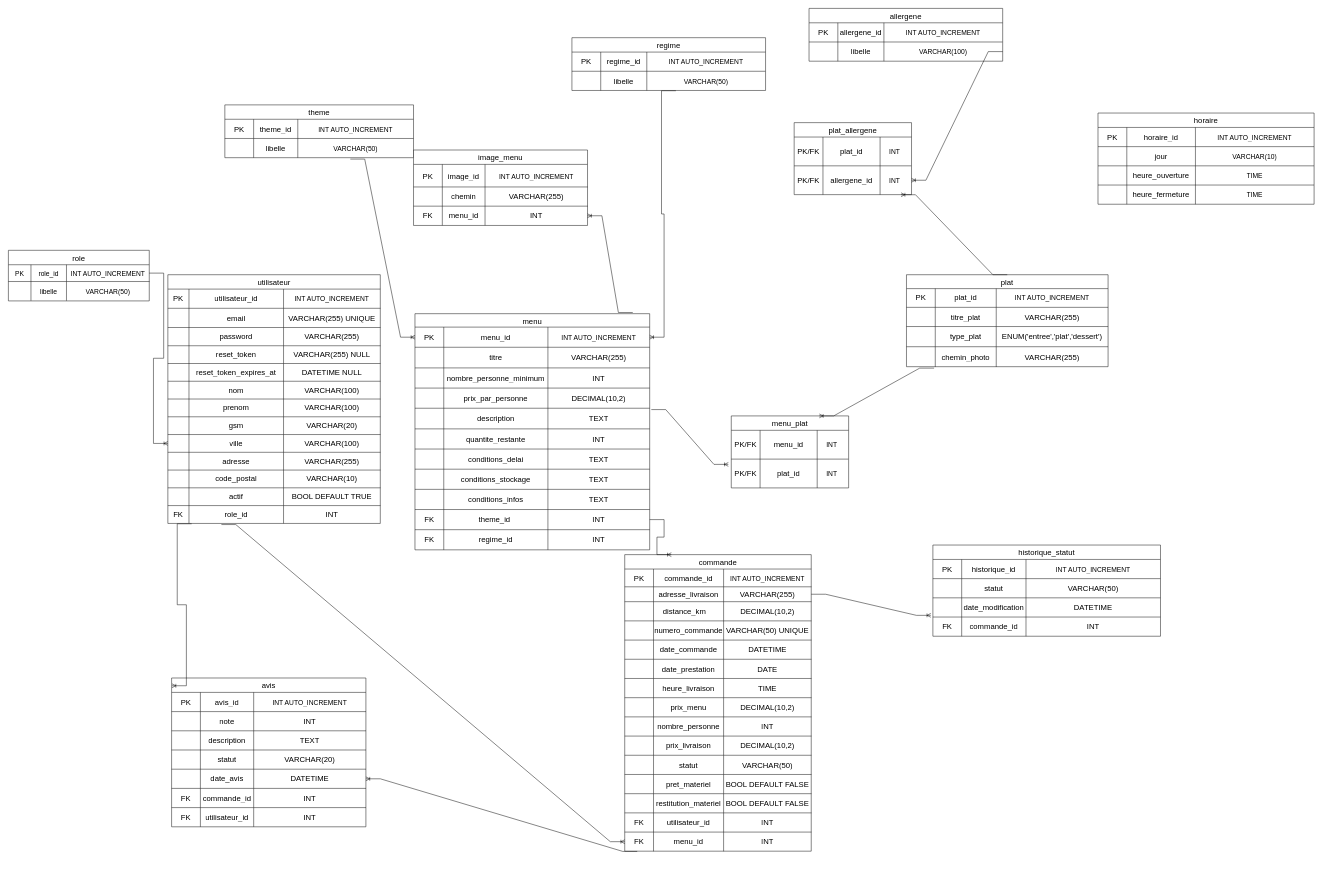
Above: divers/CONCEPTION DB/MLD Vite et Gourmand.drawio in Gero7707/viteEtGourmand (draw.io), before the change. Source tidied: cells renumbered, new cells numbered last; positions are measured from the earlier drawing's top-left corner, leaving out a move shared by most shapes. Both pictures are drawn from the tidied source at 48%, with x=0, y=0 at pixel (8, 8).
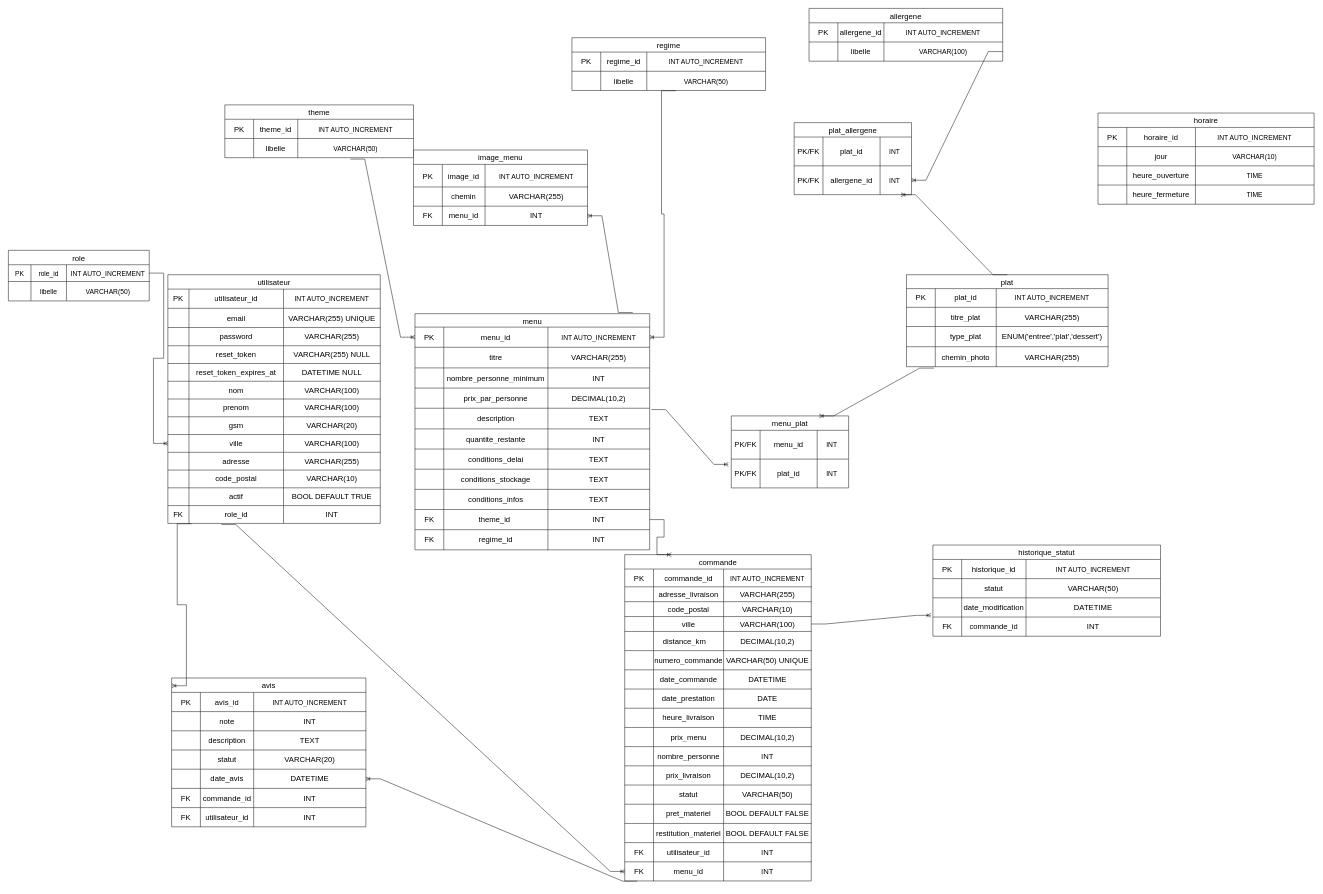
The same page after the edit.

Change to the diagram source:
```diff
@@
     <mxCell id="126" value="commande" style="shape=table;startSize=30;childLayout=tableLayout;strokeColor=default;fontSize=16;" parent="1" vertex="1">
-      <mxGeometry x="1284" y="1138" width="388.6" height="617.8" as="geometry" />
+      <mxGeometry x="1284" y="1138" width="388.6" height="679.8" as="geometry" />
     </mxCell>
@@
+    <mxCell id="321" style="shape=tableRow;horizontal=0;startSize=0;swimlaneHead=0;swimlaneBody=0;strokeColor=inherit;top=0;left=0;bottom=0;right=0;fillColor=none;fontSize=16;" parent="126" vertex="1">
+      <mxGeometry y="67" width="388.6" height="31" as="geometry" />
+    </mxCell>
+    <mxCell id="322" style="shape=partialRectangle;html=1;whiteSpace=wrap;strokeColor=inherit;overflow=hidden;fillColor=none;top=0;left=0;bottom=0;right=0;fontSize=16;" parent="321" vertex="1">
+      <mxGeometry width="60" height="31" as="geometry" />
+    </mxCell>
+    <mxCell id="323" value="adresse_livraison" style="shape=partialRectangle;html=1;whiteSpace=wrap;strokeColor=inherit;overflow=hidden;fillColor=none;top=0;left=0;bottom=0;right=0;fontSize=16;" parent="321" vertex="1">
+      <mxGeometry x="60" width="146" height="31" as="geometry" />
+    </mxCell>
+    <mxCell id="324" value="VARCHAR(255)" style="shape=partialRectangle;html=1;whiteSpace=wrap;strokeColor=inherit;overflow=hidden;fillColor=none;top=0;left=0;bottom=0;right=0;fontSize=16;" parent="321" vertex="1">
+      <mxGeometry x="206" width="183" height="31" as="geometry" />
+    </mxCell>
+    <mxCell id="325" style="shape=tableRow;horizontal=0;startSize=0;swimlaneHead=0;swimlaneBody=0;strokeColor=inherit;top=0;left=0;bottom=0;right=0;fillColor=none;fontSize=16;" parent="126" vertex="1">
+      <mxGeometry y="98" width="388.6" height="31" as="geometry" />
+    </mxCell>
+    <mxCell id="326" style="shape=partialRectangle;html=1;whiteSpace=wrap;strokeColor=inherit;overflow=hidden;fillColor=none;top=0;left=0;bottom=0;right=0;fontSize=16;" parent="325" vertex="1">
+      <mxGeometry width="60" height="31" as="geometry" />
+    </mxCell>
+    <mxCell id="327" value="code_postal" style="shape=partialRectangle;html=1;whiteSpace=wrap;strokeColor=inherit;overflow=hidden;fillColor=none;top=0;left=0;bottom=0;right=0;fontSize=16;" parent="325" vertex="1">
+      <mxGeometry x="60" width="146" height="31" as="geometry" />
+    </mxCell>
+    <mxCell id="328" value="VARCHAR(10)" style="shape=partialRectangle;html=1;whiteSpace=wrap;strokeColor=inherit;overflow=hidden;fillColor=none;top=0;left=0;bottom=0;right=0;fontSize=16;" parent="325" vertex="1">
+      <mxGeometry x="206" width="183" height="31" as="geometry" />
+    </mxCell>
     <mxCell id="131" style="shape=tableRow;horizontal=0;startSize=0;swimlaneHead=0;swimlaneBody=0;strokeColor=inherit;top=0;left=0;bottom=0;right=0;fillColor=none;points=[[0,0.5],[1,0.5]];portConstraint=eastwest;fontSize=16;" parent="126" vertex="1">
-      <mxGeometry y="67" width="388.6" height="31" as="geometry" />
+      <mxGeometry y="129" width="388.6" height="31" as="geometry" />
     </mxCell>
@@
-    <mxCell id="133" value="adresse_livraison" style="shape=partialRectangle;html=1;whiteSpace=wrap;strokeColor=inherit;overflow=hidden;fillColor=none;top=0;left=0;bottom=0;right=0;fontSize=16;" parent="131" vertex="1">
+    <mxCell id="133" value="ville" style="shape=partialRectangle;html=1;whiteSpace=wrap;strokeColor=inherit;overflow=hidden;fillColor=none;top=0;left=0;bottom=0;right=0;fontSize=16;" parent="131" vertex="1">
       <mxGeometry x="60" width="146" height="31" as="geometry" />
     </mxCell>
-    <mxCell id="134" value="VARCHAR(255)" style="shape=partialRectangle;html=1;whiteSpace=wrap;strokeColor=inherit;overflow=hidden;fillColor=none;top=0;left=0;bottom=0;right=0;fontSize=16;" parent="131" vertex="1">
+    <mxCell id="134" value="VARCHAR(100)" style="shape=partialRectangle;html=1;whiteSpace=wrap;strokeColor=inherit;overflow=hidden;fillColor=none;top=0;left=0;bottom=0;right=0;fontSize=16;" parent="131" vertex="1">
       <mxGeometry x="206" width="183" height="31" as="geometry" />
     </mxCell>
     <mxCell id="135" style="shape=tableRow;horizontal=0;startSize=0;swimlaneHead=0;swimlaneBody=0;strokeColor=inherit;top=0;left=0;bottom=0;right=0;fillColor=none;fontSize=16;" parent="126" vertex="1">
-      <mxGeometry y="98" width="388.6" height="40" as="geometry" />
+      <mxGeometry y="160" width="388.6" height="40" as="geometry" />
     </mxCell>
@@
     <mxCell id="139" style="shape=tableRow;horizontal=0;startSize=0;swimlaneHead=0;swimlaneBody=0;strokeColor=inherit;top=0;left=0;bottom=0;right=0;fillColor=none;fontSize=16;" parent="126" vertex="1">
-      <mxGeometry y="138" width="388.6" height="40" as="geometry" />
+      <mxGeometry y="200" width="388.6" height="40" as="geometry" />
     </mxCell>
@@
     <mxCell id="143" style="shape=tableRow;horizontal=0;startSize=0;swimlaneHead=0;swimlaneBody=0;strokeColor=inherit;top=0;left=0;bottom=0;right=0;fillColor=none;fontSize=16;" parent="126" vertex="1">
-      <mxGeometry y="178" width="388.6" height="40" as="geometry" />
+      <mxGeometry y="240" width="388.6" height="40" as="geometry" />
     </mxCell>
@@
     <mxCell id="147" style="shape=tableRow;horizontal=0;startSize=0;swimlaneHead=0;swimlaneBody=0;strokeColor=inherit;top=0;left=0;bottom=0;right=0;fillColor=none;fontSize=16;" parent="126" vertex="1">
-      <mxGeometry y="218" width="388.6" height="40" as="geometry" />
+      <mxGeometry y="280" width="388.6" height="40" as="geometry" />
     </mxCell>
@@
     <mxCell id="151" style="shape=tableRow;horizontal=0;startSize=0;swimlaneHead=0;swimlaneBody=0;strokeColor=inherit;top=0;left=0;bottom=0;right=0;fillColor=none;fontSize=16;" parent="126" vertex="1">
-      <mxGeometry y="258" width="388.6" height="40" as="geometry" />
+      <mxGeometry y="320" width="388.6" height="40" as="geometry" />
     </mxCell>
@@
     <mxCell id="155" style="shape=tableRow;horizontal=0;startSize=0;swimlaneHead=0;swimlaneBody=0;strokeColor=inherit;top=0;left=0;bottom=0;right=0;fillColor=none;fontSize=16;" parent="126" vertex="1">
-      <mxGeometry y="298" width="388.6" height="40" as="geometry" />
+      <mxGeometry y="360" width="388.6" height="40" as="geometry" />
     </mxCell>
@@
     <mxCell id="159" style="shape=tableRow;horizontal=0;startSize=0;swimlaneHead=0;swimlaneBody=0;strokeColor=inherit;top=0;left=0;bottom=0;right=0;fillColor=none;fontSize=16;" parent="126" vertex="1">
-      <mxGeometry y="338" width="388.6" height="40" as="geometry" />
+      <mxGeometry y="400" width="388.6" height="40" as="geometry" />
     </mxCell>
@@
     <mxCell id="163" style="shape=tableRow;horizontal=0;startSize=0;swimlaneHead=0;swimlaneBody=0;strokeColor=inherit;top=0;left=0;bottom=0;right=0;fillColor=none;fontSize=16;" parent="126" vertex="1">
-      <mxGeometry y="378" width="388.6" height="40" as="geometry" />
+      <mxGeometry y="440" width="388.6" height="40" as="geometry" />
     </mxCell>
@@
     <mxCell id="167" style="shape=tableRow;horizontal=0;startSize=0;swimlaneHead=0;swimlaneBody=0;strokeColor=inherit;top=0;left=0;bottom=0;right=0;fillColor=none;fontSize=16;" parent="126" vertex="1">
-      <mxGeometry y="418" width="388.6" height="40" as="geometry" />
+      <mxGeometry y="480" width="388.6" height="40" as="geometry" />
     </mxCell>
@@
     <mxCell id="171" style="shape=tableRow;horizontal=0;startSize=0;swimlaneHead=0;swimlaneBody=0;strokeColor=inherit;top=0;left=0;bottom=0;right=0;fillColor=none;fontSize=16;" parent="126" vertex="1">
-      <mxGeometry y="458" width="388.6" height="40" as="geometry" />
+      <mxGeometry y="520" width="388.6" height="40" as="geometry" />
     </mxCell>
@@
     <mxCell id="175" style="shape=tableRow;horizontal=0;startSize=0;swimlaneHead=0;swimlaneBody=0;strokeColor=inherit;top=0;left=0;bottom=0;right=0;fillColor=none;fontSize=16;" parent="126" vertex="1">
-      <mxGeometry y="498" width="388.6" height="40" as="geometry" />
+      <mxGeometry y="560" width="388.6" height="40" as="geometry" />
     </mxCell>
@@
     <mxCell id="179" style="shape=tableRow;horizontal=0;startSize=0;swimlaneHead=0;swimlaneBody=0;strokeColor=inherit;top=0;left=0;bottom=0;right=0;fillColor=none;fontSize=16;" parent="126" vertex="1">
-      <mxGeometry y="538" width="388.6" height="40" as="geometry" />
+      <mxGeometry y="600" width="388.6" height="40" as="geometry" />
     </mxCell>
@@
     <mxCell id="183" style="shape=tableRow;horizontal=0;startSize=0;swimlaneHead=0;swimlaneBody=0;strokeColor=inherit;top=0;left=0;bottom=0;right=0;fillColor=none;points=[[0,0.5],[1,0.5]];portConstraint=eastwest;fontSize=16;" parent="126" vertex="1">
-      <mxGeometry y="578" width="388.6" height="40" as="geometry" />
+      <mxGeometry y="640" width="388.6" height="40" as="geometry" />
     </mxCell>
```
